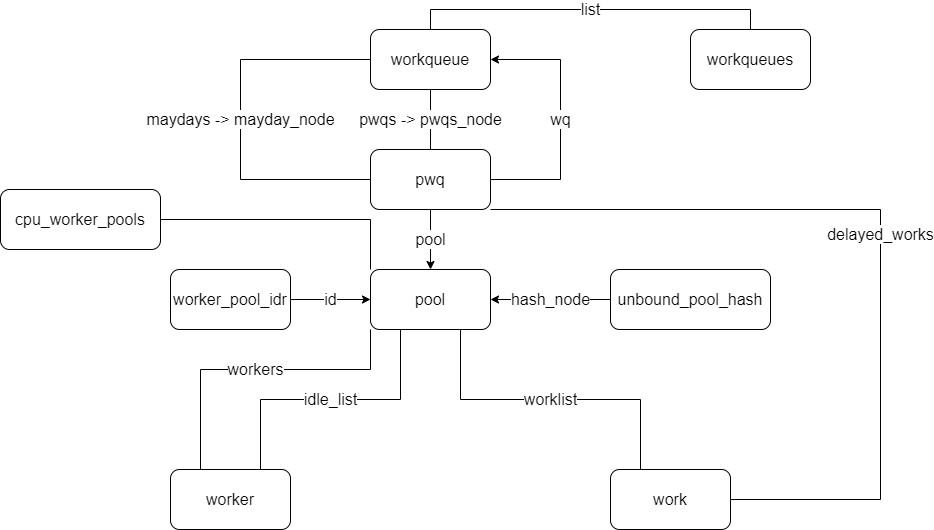
The draw.io diagram workqueue.png in craftsfish/design, before a commit. Source tidied: cells renumbered, new cells last; positions are measured from the earlier drawing's top-left corner, leaving out a move shared by most shapes.
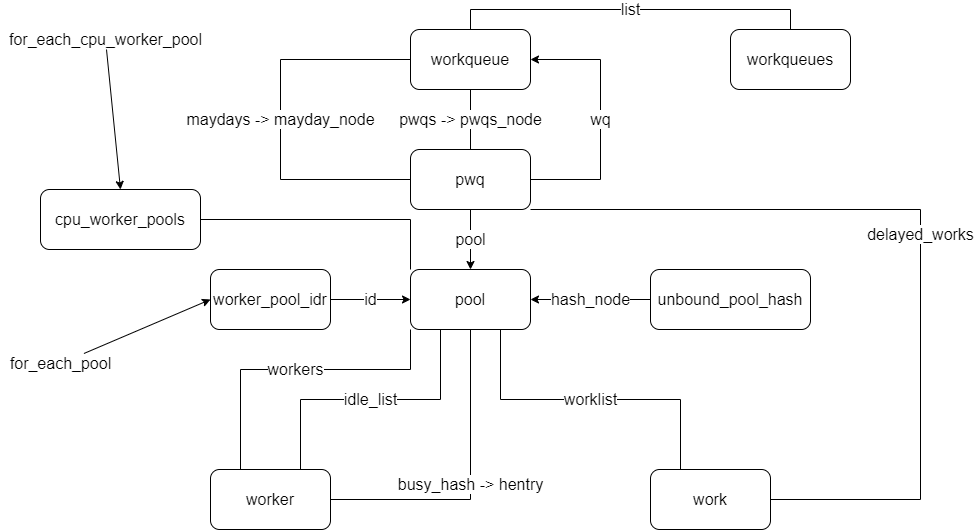
Above is the later version.

Diff of the diagram source:
```diff
@@ -52,6 +52,9 @@
         </Array>
       </mxGeometry>
     </mxCell>
+    <mxCell id="23" value="busy_hash -&amp;gt; hentry" style="edgeStyle=orthogonalEdgeStyle;rounded=0;jettySize=auto;html=1;exitX=0.5;exitY=1;exitDx=0;exitDy=0;entryX=1;entryY=0.5;entryDx=0;entryDy=0;startArrow=none;startFill=0;endArrow=none;endFill=0;fontSize=16;" parent="1" edge="1" source="12" target="13">
+      <mxGeometry relative="1" as="geometry" />
+    </mxCell>
     <mxCell id="12" value="pool" style="rounded=1;whiteSpace=wrap;html=1;fontSize=16;" parent="1" vertex="1">
       <mxGeometry x="370" y="240" width="120" height="60" as="geometry" />
     </mxCell>
@@ -85,5 +88,17 @@
     <mxCell id="22" value="cpu_worker_pools" style="rounded=1;whiteSpace=wrap;html=1;fontSize=16;" parent="1" vertex="1">
       <mxGeometry y="160" width="160" height="60" as="geometry" />
     </mxCell>
+    <mxCell id="24" style="rounded=0;jettySize=auto;html=1;entryX=0;entryY=0.5;entryDx=0;entryDy=0;startArrow=none;startFill=0;endArrow=classic;endFill=1;fontSize=16;" parent="1" edge="1" source="25" target="17">
+      <mxGeometry relative="1" as="geometry" />
+    </mxCell>
+    <mxCell id="25" value="for_each_pool" style="text;html=1;align=center;verticalAlign=middle;points=[];fontSize=16;" parent="1" vertex="1">
+      <mxGeometry x="-40" y="324" width="120" height="20" as="geometry" />
+    </mxCell>
+    <mxCell id="26" style="edgeStyle=none;rounded=0;jettySize=auto;html=1;entryX=0.5;entryY=0;entryDx=0;entryDy=0;startArrow=none;startFill=0;endArrow=classic;endFill=1;fontSize=16;" parent="1" edge="1" source="27" target="22">
+      <mxGeometry relative="1" as="geometry" />
+    </mxCell>
+    <mxCell id="27" value="for_each_cpu_worker_pool" style="text;html=1;align=center;verticalAlign=middle;points=[];fontSize=16;" parent="1" vertex="1">
+      <mxGeometry x="-40" width="210" height="20" as="geometry" />
+    </mxCell>
   </root>
 </mxGraphModel>
```
